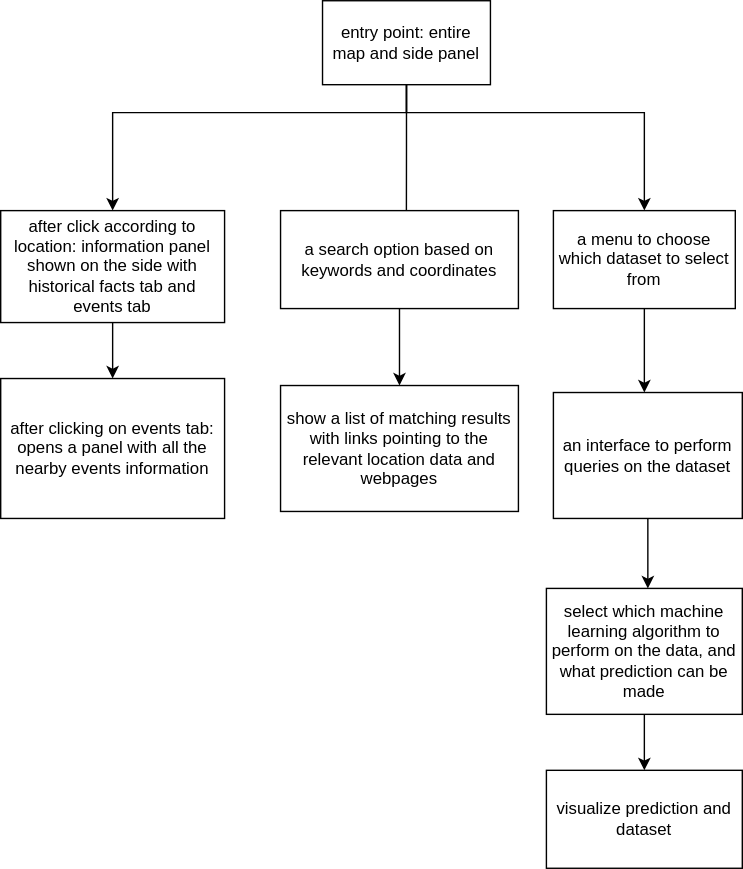
Above: ux-design/wireframe.svg in sachiniyer/resow (draw.io), before the change. Source tidied: cells renumbered, new cells last; positions are measured from the earlier drawing's top-left corner, leaving out a move shared by most shapes.
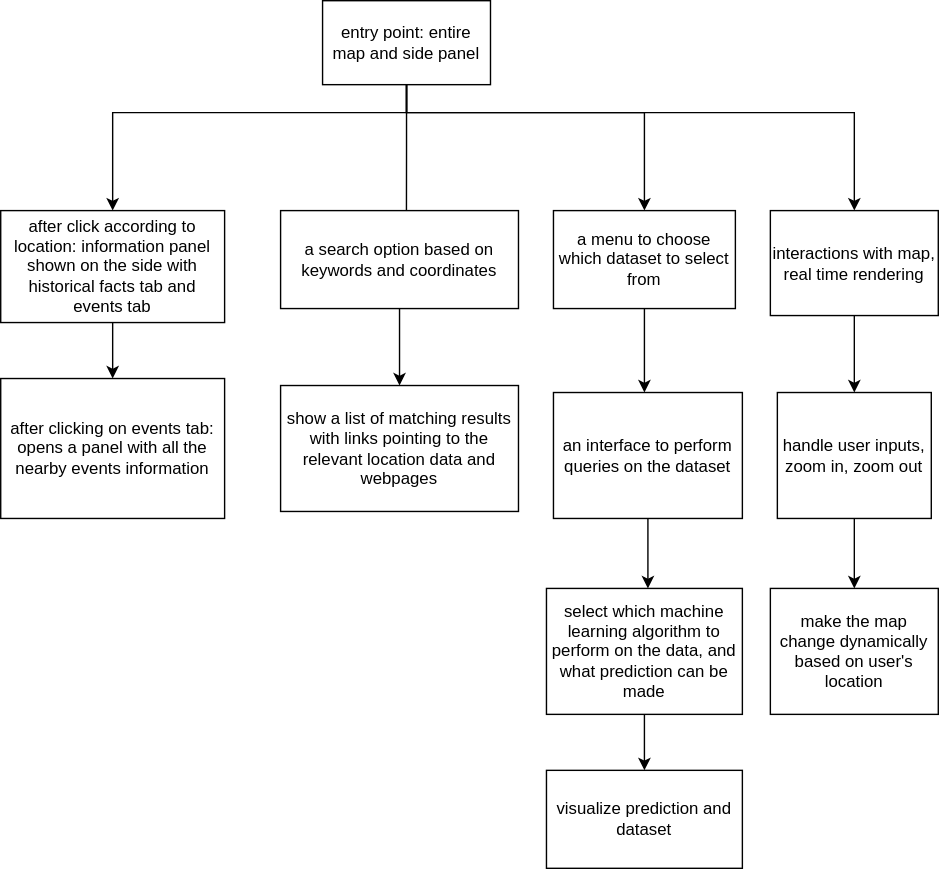
The same diagram one commit later.

Change to the diagram source:
```diff
@@ -21,6 +21,14 @@
     <mxCell id="4" style="edgeStyle=orthogonalEdgeStyle;rounded=0;jettySize=auto;html=1;exitX=0.5;exitY=1;exitDx=0;exitDy=0;entryX=0.529;entryY=0.125;entryDx=0;entryDy=0;entryPerimeter=0;" parent="1" edge="1" source="5" target="10">
       <mxGeometry relative="1" as="geometry" />
     </mxCell>
+    <mxCell id="19" style="edgeStyle=orthogonalEdgeStyle;rounded=0;jettySize=auto;html=1;entryX=0.5;entryY=0;entryDx=0;entryDy=0;" parent="1" edge="1" source="5" target="21">
+      <mxGeometry relative="1" as="geometry">
+        <Array as="points">
+          <mxPoint x="290" y="80" />
+          <mxPoint x="610" y="80" />
+        </Array>
+      </mxGeometry>
+    </mxCell>
     <mxCell id="5" value="&lt;div&gt;entry point: entire map and side panel&lt;/div&gt;" style="whiteSpace=wrap;html=1;" parent="1" vertex="1">
       <mxGeometry x="230" width="120" height="60" as="geometry" />
     </mxCell>
@@ -67,5 +75,22 @@
     <mxCell id="18" value="visualize prediction and dataset" style="whiteSpace=wrap;html=1;" parent="1" vertex="1">
       <mxGeometry x="390" y="550" width="140" height="70" as="geometry" />
     </mxCell>
+    <mxCell id="20" style="edgeStyle=orthogonalEdgeStyle;rounded=0;jettySize=auto;html=1;exitX=0.5;exitY=1;exitDx=0;exitDy=0;entryX=0.5;entryY=0;entryDx=0;entryDy=0;" parent="1" edge="1" source="21" target="23">
+      <mxGeometry relative="1" as="geometry" />
+    </mxCell>
+    <mxCell id="21" value="interactions with map, real time rendering" style="whiteSpace=wrap;html=1;" parent="1" vertex="1">
+      <mxGeometry x="550" y="150" width="120" height="75" as="geometry" />
+    </mxCell>
+    <mxCell id="22" style="edgeStyle=orthogonalEdgeStyle;rounded=0;jettySize=auto;html=1;exitX=0.5;exitY=1;exitDx=0;exitDy=0;" parent="1" edge="1" source="23">
+      <mxGeometry relative="1" as="geometry">
+        <mxPoint x="610" y="420" as="targetPoint" />
+      </mxGeometry>
+    </mxCell>
+    <mxCell id="23" value="handle user inputs, zoom in, zoom out" style="whiteSpace=wrap;html=1;" parent="1" vertex="1">
+      <mxGeometry x="555" y="280" width="110" height="90" as="geometry" />
+    </mxCell>
+    <mxCell id="24" value="make the map change dynamically based on user's location" style="whiteSpace=wrap;html=1;" parent="1" vertex="1">
+      <mxGeometry x="550" y="420" width="120" height="90" as="geometry" />
+    </mxCell>
   </root>
 </mxGraphModel>
```
